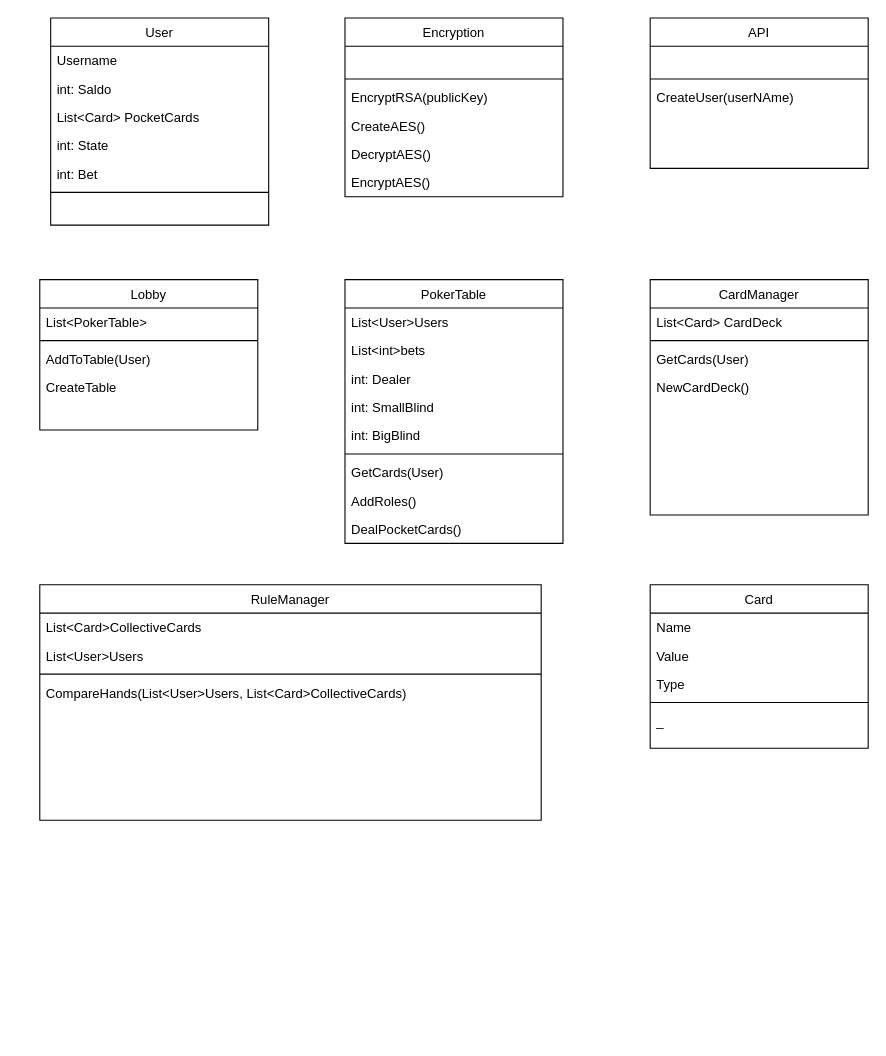
AndreasBollNielsen/PinkLadiesPoker_GameEngine keeps this draw.io diagram as Dokumentation/Klasse Diagram.drawio. Above is the earlier version. Source tidied: cells renumbered, new cells numbered last; positions are measured from the earlier drawing's top-left corner, leaving out a move shared by most shapes. Both pictures are drawn from the tidied source at 109%, with x=0, y=0 at pixel (39, 17).
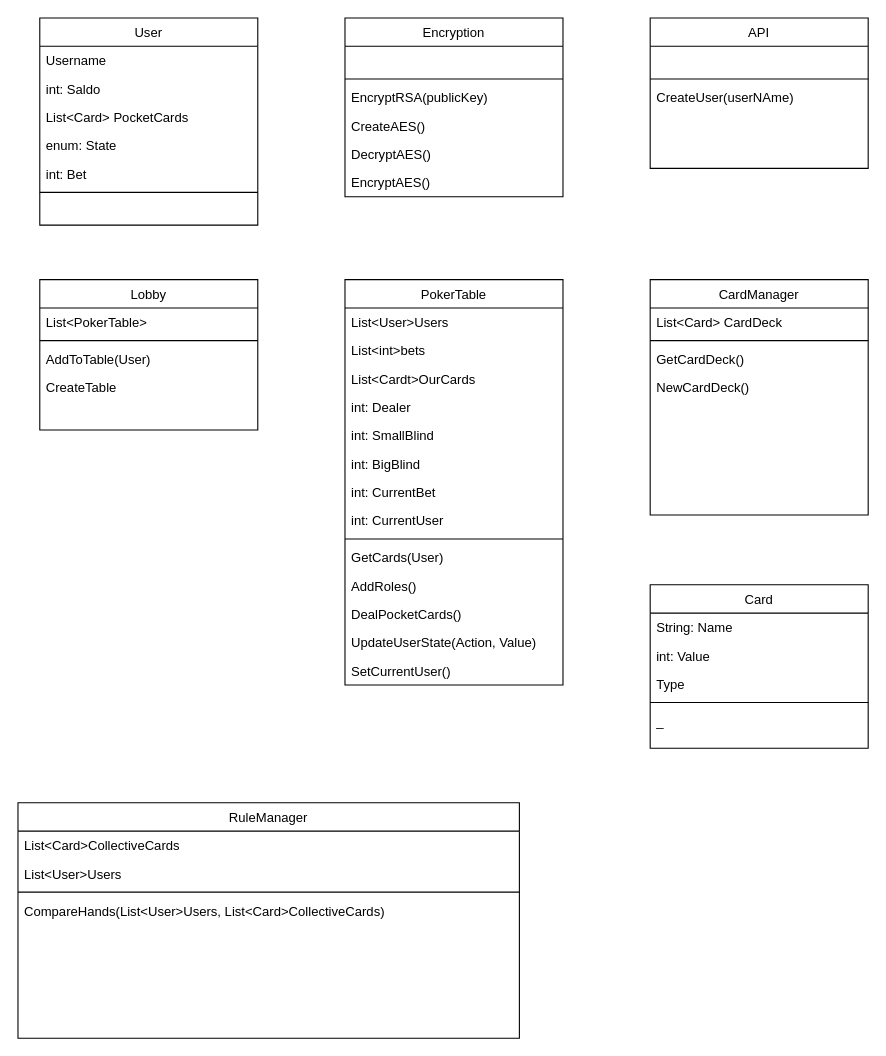
Above is the later version.

Commit message (it also covers changes not shown here):
updated Class diagram

Unchanged cells that the change refers to:
```xml
<mxCell id="14" value="Card" style="swimlane;fontStyle=0;align=center;verticalAlign=top;horizontal=1;startSize=26;rounded=0;shadow=0;strokeWidth=1;" parent="1" vertex="1">
  <mxGeometry x="560" y="520" width="200" height="150" as="geometry" />
</mxCell>
<mxCell id="20" value="CardManager" style="swimlane;fontStyle=0;align=center;verticalAlign=top;horizontal=1;startSize=26;rounded=0;shadow=0;strokeWidth=1;" parent="1" vertex="1">
  <mxGeometry x="560" y="240" width="200" height="216" as="geometry" />
</mxCell>
```

The edit, as a diff of the source:
```diff
@@
-    <mxCell id="15" value="Name" style="text;align=left;verticalAlign=top;spacingLeft=4;spacingRight=4;overflow=hidden;" parent="14" vertex="1">
+    <mxCell id="15" value="String: Name" style="text;align=left;verticalAlign=top;spacingLeft=4;spacingRight=4;overflow=hidden;" parent="14" vertex="1">
       <mxGeometry y="26" width="200" height="26" as="geometry" />
     </mxCell>
-    <mxCell id="16" value="Value" style="text;align=left;verticalAlign=top;spacingLeft=4;spacingRight=4;overflow=hidden;rounded=0;shadow=0;html=0;" parent="14" vertex="1">
+    <mxCell id="16" value="int: Value" style="text;align=left;verticalAlign=top;spacingLeft=4;spacingRight=4;overflow=hidden;rounded=0;shadow=0;html=0;" parent="14" vertex="1">
       <mxGeometry y="52" width="200" height="26" as="geometry" />
     </mxCell>
@@
-    <mxCell id="23" value="GetCards(User)" style="text;align=left;verticalAlign=top;spacingLeft=4;spacingRight=4;overflow=hidden;" parent="20" vertex="1">
+    <mxCell id="23" value="GetCardDeck()" style="text;align=left;verticalAlign=top;spacingLeft=4;spacingRight=4;overflow=hidden;" parent="20" vertex="1">
       <mxGeometry y="60" width="200" height="26" as="geometry" />
     </mxCell>
@@
     <mxCell id="29" value="PokerTable" style="swimlane;fontStyle=0;align=center;verticalAlign=top;horizontal=1;startSize=26;rounded=0;shadow=0;strokeWidth=1;" parent="1" vertex="1">
-      <mxGeometry x="280" y="240" width="200" height="242" as="geometry" />
+      <mxGeometry x="280" y="240" width="200" height="372" as="geometry" />
     </mxCell>
@@
+    <mxCell id="52" value="List&lt;Cardt&gt;OurCards" style="text;align=left;verticalAlign=top;spacingLeft=4;spacingRight=4;overflow=hidden;" parent="29" vertex="1">
+      <mxGeometry y="78" width="200" height="26" as="geometry" />
+    </mxCell>
     <mxCell id="32" value="int: Dealer " style="text;align=left;verticalAlign=top;spacingLeft=4;spacingRight=4;overflow=hidden;" parent="29" vertex="1">
-      <mxGeometry y="78" width="200" height="26" as="geometry" />
+      <mxGeometry y="104" width="200" height="26" as="geometry" />
     </mxCell>
     <mxCell id="33" value="int: SmallBlind" style="text;align=left;verticalAlign=top;spacingLeft=4;spacingRight=4;overflow=hidden;" parent="29" vertex="1">
-      <mxGeometry y="104" width="200" height="26" as="geometry" />
+      <mxGeometry y="130" width="200" height="26" as="geometry" />
     </mxCell>
     <mxCell id="34" value="int: BigBlind" style="text;align=left;verticalAlign=top;spacingLeft=4;spacingRight=4;overflow=hidden;" parent="29" vertex="1">
-      <mxGeometry y="130" width="200" height="26" as="geometry" />
+      <mxGeometry y="156" width="200" height="26" as="geometry" />
     </mxCell>
+    <mxCell id="53" value="int: CurrentBet" style="text;align=left;verticalAlign=top;spacingLeft=4;spacingRight=4;overflow=hidden;" parent="29" vertex="1">
+      <mxGeometry y="182" width="200" height="26" as="geometry" />
+    </mxCell>
+    <mxCell id="54" value="int: CurrentUser" style="text;align=left;verticalAlign=top;spacingLeft=4;spacingRight=4;overflow=hidden;" parent="29" vertex="1">
+      <mxGeometry y="208" width="200" height="26" as="geometry" />
+    </mxCell>
     <mxCell id="35" style="line;html=1;strokeWidth=1;align=left;verticalAlign=middle;spacingTop=-1;spacingLeft=3;spacingRight=3;labelPosition=right;" parent="29" vertex="1">
-      <mxGeometry y="156" width="200" height="8" as="geometry" />
+      <mxGeometry y="234" width="200" height="8" as="geometry" />
     </mxCell>
     <mxCell id="36" value="GetCards(User)" style="text;align=left;verticalAlign=top;spacingLeft=4;spacingRight=4;overflow=hidden;" parent="29" vertex="1">
-      <mxGeometry y="164" width="200" height="26" as="geometry" />
+      <mxGeometry y="242" width="200" height="26" as="geometry" />
     </mxCell>
     <mxCell id="37" value="AddRoles()" style="text;align=left;verticalAlign=top;spacingLeft=4;spacingRight=4;overflow=hidden;" parent="29" vertex="1">
-      <mxGeometry y="190" width="200" height="26" as="geometry" />
+      <mxGeometry y="268" width="200" height="26" as="geometry" />
     </mxCell>
     <mxCell id="38" value="DealPocketCards()" style="text;align=left;verticalAlign=top;spacingLeft=4;spacingRight=4;overflow=hidden;" parent="29" vertex="1">
-      <mxGeometry y="216" width="200" height="26" as="geometry" />
+      <mxGeometry y="294" width="200" height="26" as="geometry" />
     </mxCell>
+    <mxCell id="55" value="UpdateUserState(Action, Value)" style="text;align=left;verticalAlign=top;spacingLeft=4;spacingRight=4;overflow=hidden;" parent="29" vertex="1">
+      <mxGeometry y="320" width="200" height="26" as="geometry" />
+    </mxCell>
+    <mxCell id="56" value="SetCurrentUser()" style="text;align=left;verticalAlign=top;spacingLeft=4;spacingRight=4;overflow=hidden;" parent="29" vertex="1">
+      <mxGeometry y="346" width="200" height="26" as="geometry" />
+    </mxCell>
     <mxCell id="39" value="RuleManager" style="swimlane;fontStyle=0;align=center;verticalAlign=top;horizontal=1;startSize=26;rounded=0;shadow=0;strokeWidth=1;" parent="1" vertex="1">
-      <mxGeometry y="520" width="460" height="216" as="geometry" />
+      <mxGeometry x="-20" y="720" width="460" height="216" as="geometry" />
     </mxCell>
@@
     <mxCell id="44" value="User" style="swimlane;fontStyle=0;align=center;verticalAlign=top;horizontal=1;startSize=26;rounded=0;shadow=0;strokeWidth=1;" parent="1" vertex="1">
-      <mxGeometry x="10" width="200" height="190" as="geometry" />
+      <mxGeometry width="200" height="190" as="geometry" />
     </mxCell>
@@
-    <mxCell id="48" value="int: State" style="text;align=left;verticalAlign=top;spacingLeft=4;spacingRight=4;overflow=hidden;" parent="44" vertex="1">
+    <mxCell id="48" value="enum: State" style="text;align=left;verticalAlign=top;spacingLeft=4;spacingRight=4;overflow=hidden;" parent="44" vertex="1">
       <mxGeometry y="104" width="200" height="26" as="geometry" />
     </mxCell>
```
